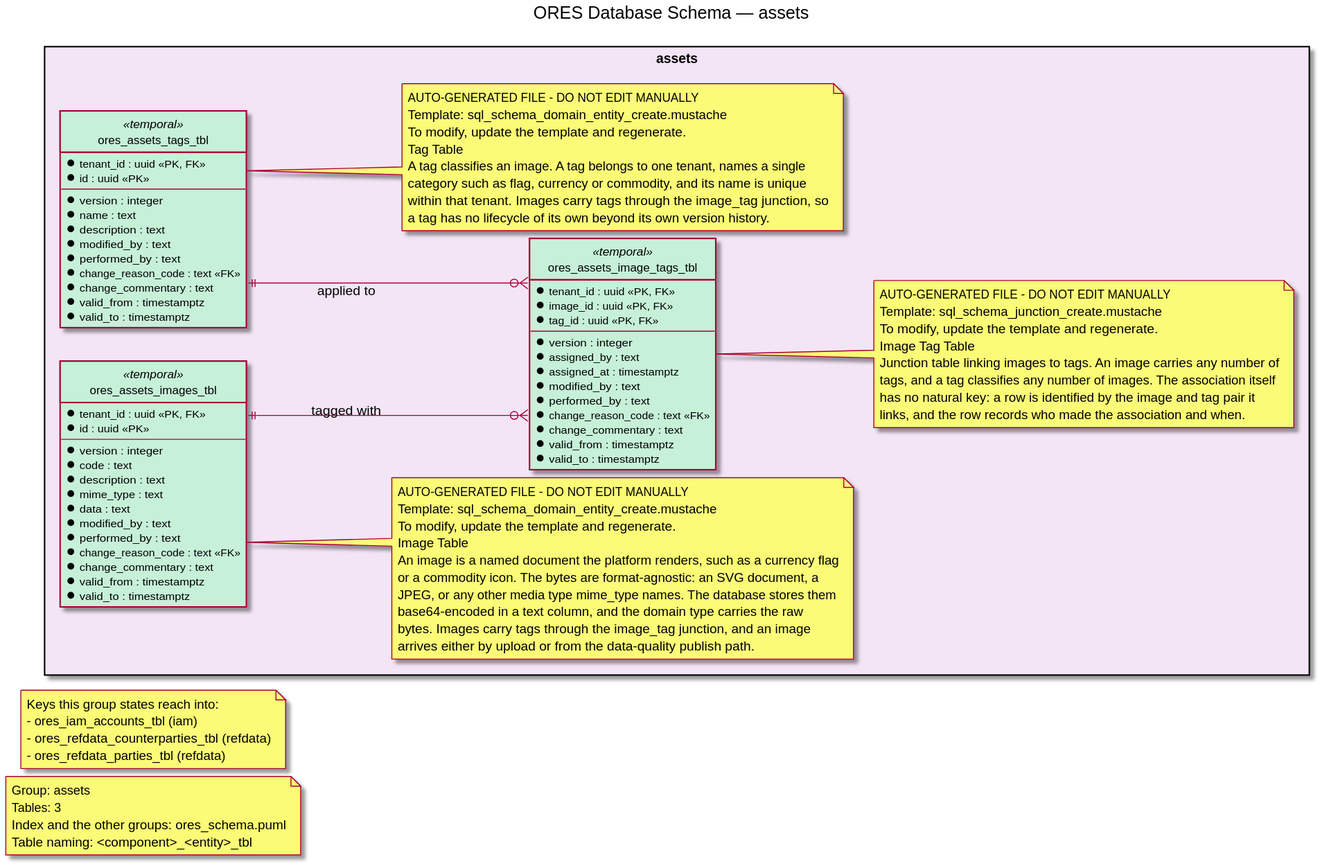
The PlantUML diagram projects/ores.sql/modeling/ores_schema.assets.svg in OreStudio/OreStudio, before a commit. Its diagram source:
```plantuml
@startuml

title ORES Database Schema — assets
hide circle
skinparam linetype ortho

left to right direction
skinparam packageStyle rectangle
skinparam nodesep 8
skinparam ranksep 20

note as GroupNote
Group: assets
Tables: 3
Index and the other groups: ores_schema.puml
Table naming: <component>_<entity>_tbl
end note

note as OtherGroups
Keys this group states reach into:
- ores_iam_accounts_tbl (iam)
- ores_refdata_counterparties_tbl (refdata)
- ores_refdata_parties_tbl (refdata)
end note

package "assets" #F3E5F5 {
    entity ores_assets_image_tags_tbl <<temporal>> #C6F0D8 {
        * tenant_id : uuid <<PK, FK>>
        * image_id : uuid <<PK, FK>>
        * tag_id : uuid <<PK, FK>>
        --
        * version : integer
        * assigned_by : text
        * assigned_at : timestamptz
        * modified_by : text
        * performed_by : text
        * change_reason_code : text <<FK>>
        * change_commentary : text
        * valid_from : timestamptz
        * valid_to : timestamptz
    }

    note right of ores_assets_image_tags_tbl
    AUTO-GENERATED FILE - DO NOT EDIT MANUALLY
    Template: sql_schema_junction_create.mustache
    To modify, update the template and regenerate.
    Image Tag Table
    Junction table linking images to tags. An image carries any number of
    tags, and a tag classifies any number of images. The association itself
    has no natural key: a row is identified by the image and tag pair it
    links, and the row records who made the association and when.
    end note

    entity ores_assets_images_tbl <<temporal>> #C6F0D8 {
        * tenant_id : uuid <<PK, FK>>
        * id : uuid <<PK>>
        --
        * version : integer
        * code : text
        * description : text
        * mime_type : text
        * data : text
        * modified_by : text
        * performed_by : text
        * change_reason_code : text <<FK>>
        * change_commentary : text
        * valid_from : timestamptz
        * valid_to : timestamptz
    }

    note right of ores_assets_images_tbl
    AUTO-GENERATED FILE - DO NOT EDIT MANUALLY
    Template: sql_schema_domain_entity_create.mustache
    To modify, update the template and regenerate.
    Image Table
    An image is a named document the platform renders, such as a currency flag
    or a commodity icon. The bytes are format-agnostic: an SVG document, a
    JPEG, or any other media type mime_type names. The database stores them
    base64-encoded in a text column, and the domain type carries the raw
    bytes. Images carry tags through the image_tag junction, and an image
    arrives either by upload or from the data-quality publish path.
    end note

    entity ores_assets_tags_tbl <<temporal>> #C6F0D8 {
        * tenant_id : uuid <<PK, FK>>
        * id : uuid <<PK>>
        --
        * version : integer
        * name : text
        * description : text
        * modified_by : text
        * performed_by : text
        * change_reason_code : text <<FK>>
        * change_commentary : text
        * valid_from : timestamptz
        * valid_to : timestamptz
    }

    note right of ores_assets_tags_tbl
    AUTO-GENERATED FILE - DO NOT EDIT MANUALLY
    Template: sql_schema_domain_entity_create.mustache
    To modify, update the template and regenerate.
    Tag Table
    A tag classifies an image. A tag belongs to one tenant, names a single
    category such as flag, currency or commodity, and its name is unique
    within that tenant. Images carry tags through the image_tag junction, so
    a tag has no lifecycle of its own beyond its own version history.
    end note

}


ores_assets_images_tbl ||--o{ ores_assets_image_tags_tbl : "tagged with"
ores_assets_tags_tbl ||--o{ ores_assets_image_tags_tbl : "applied to"

@enduml
```
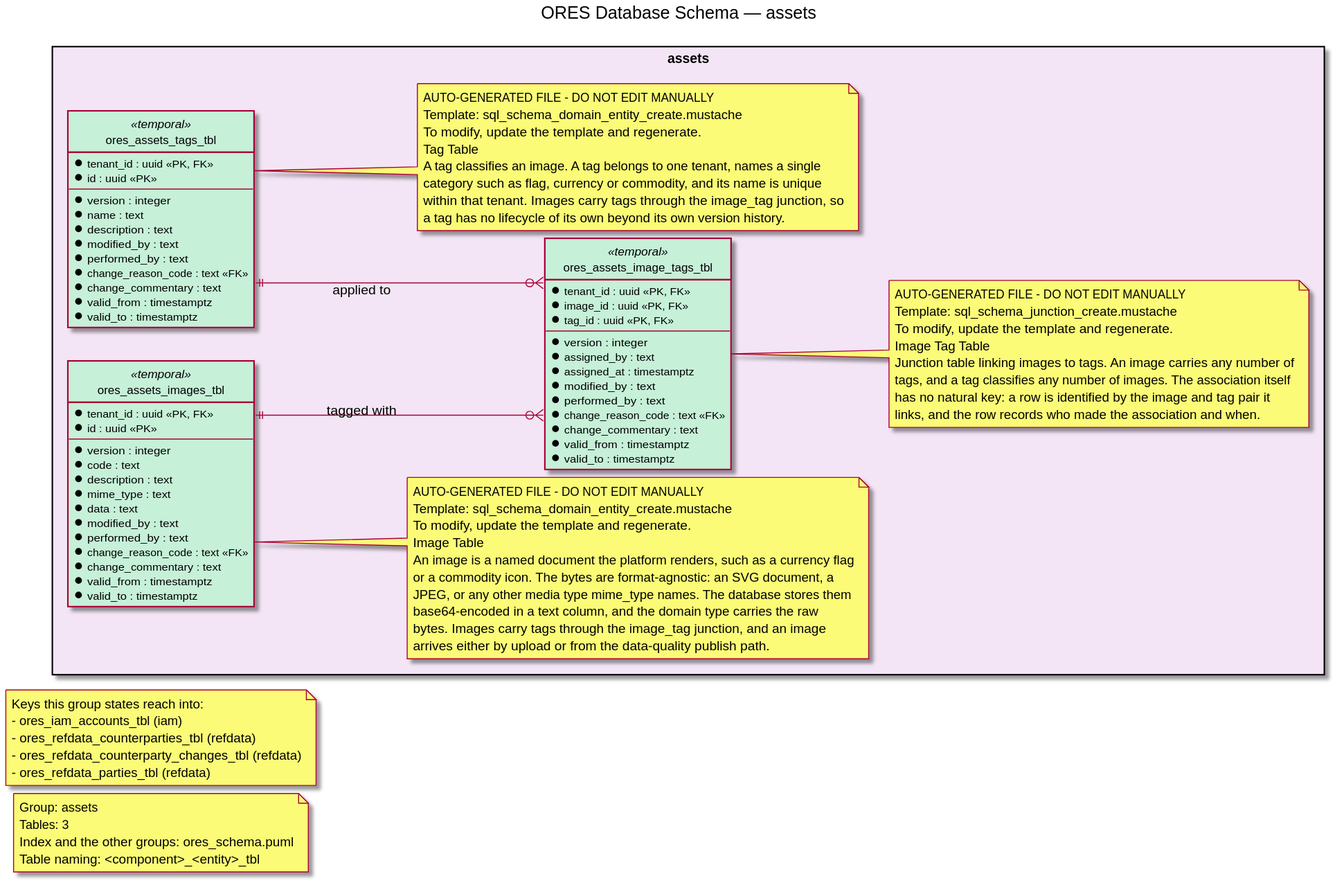
Above is the later version.

What changed in the source:
```diff
@@ -20,6 +20,7 @@
 Keys this group states reach into:
 - ores_iam_accounts_tbl (iam)
 - ores_refdata_counterparties_tbl (refdata)
+- ores_refdata_counterparty_changes_tbl (refdata)
 - ores_refdata_parties_tbl (refdata)
 end note
 
```
